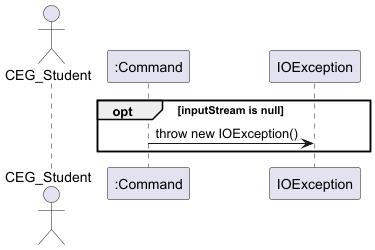
Earlier version of the PlantUML export docs/images/CommandFileRead.png (nus-cs2113-AY2425S1/tp). Its diagram source:
```plantuml
@startuml

actor CEG_Student

participant ":Command" as Command

opt inputStream is null
    Command -> IOException: throw new IOException()
end
@enduml
```
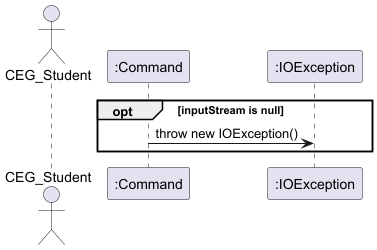
After the commit.

Commit message:
Fix notation error

Change to the diagram source:
```diff
@@ -3,6 +3,7 @@
 actor CEG_Student
 
 participant ":Command" as Command
+participant ":IOException" as IOException
 
 opt inputStream is null
     Command -> IOException: throw new IOException()
```
